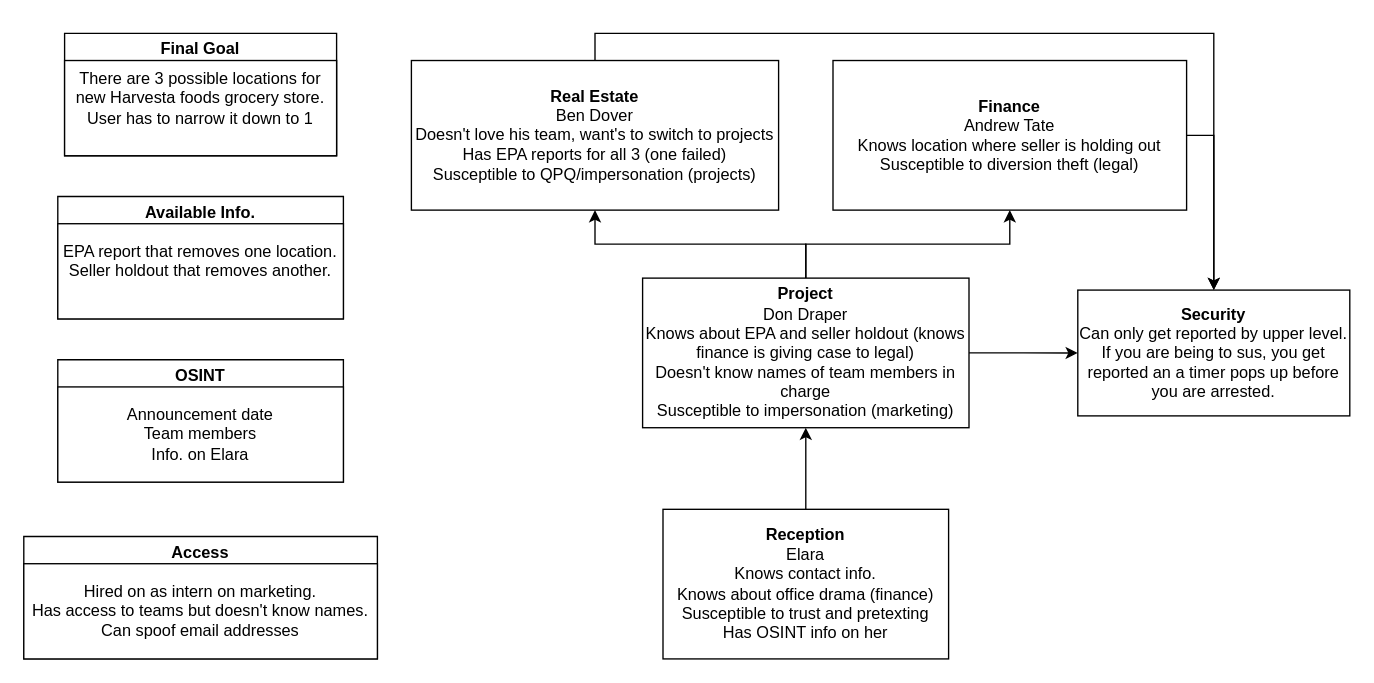
Earlier version of the draw.io diagram Campaign Definitions/Story.drawio (BYU-ECE-Software/BAIT). Source tidied: cells renumbered, new cells numbered last; positions are measured from the earlier drawing's top-left corner, leaving out a move shared by most shapes. Both pictures are drawn from the tidied source at 136%, with x=0, y=0 at pixel (23, 33).
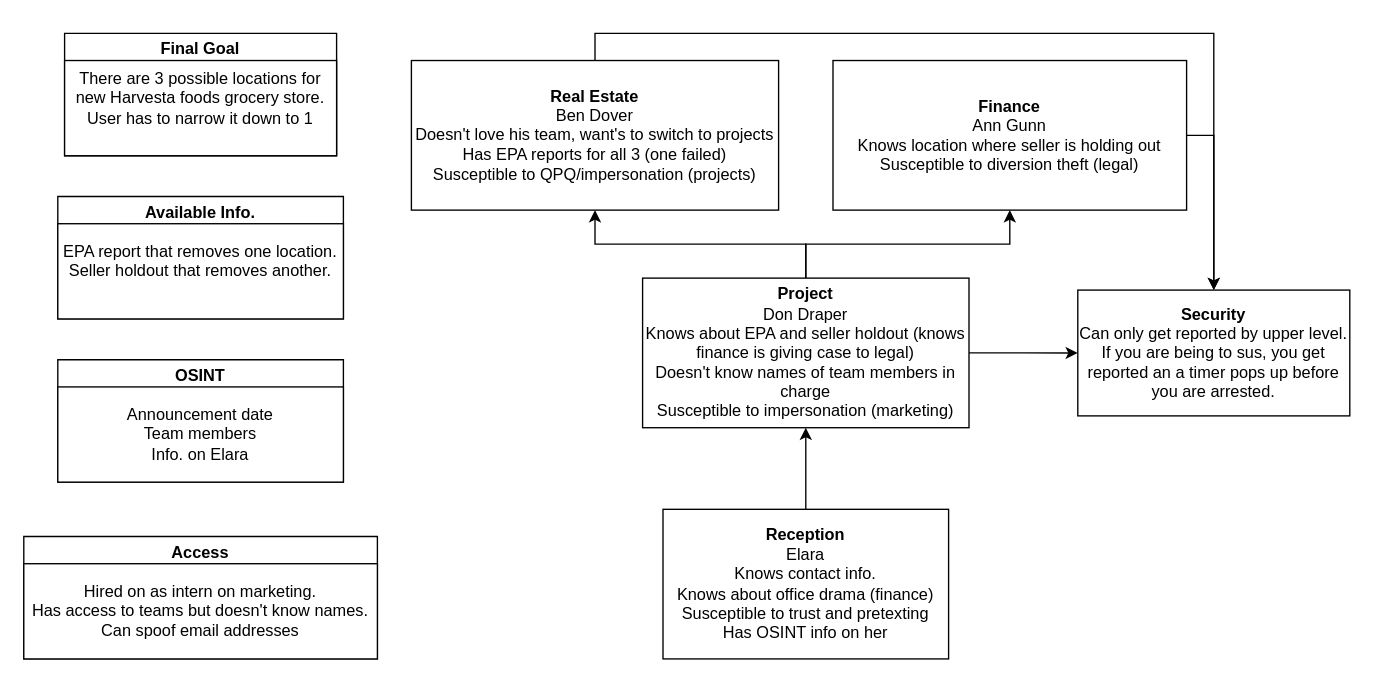
The same diagram, later.

What changed in the source:
```diff
@@
-    <mxCell id="17" value="&lt;div&gt;&lt;b&gt;Finance&lt;/b&gt;&lt;/div&gt;&lt;div&gt;Andrew Tate&lt;/div&gt;&lt;div&gt;Knows location where seller is holding out&lt;/div&gt;&lt;div&gt;Susceptible to diversion theft (legal)&lt;br&gt;&lt;/div&gt;" style="rounded=0;whiteSpace=wrap;html=1;" parent="1" vertex="1">
+    <mxCell id="17" value="&lt;div&gt;&lt;b&gt;Finance&lt;/b&gt;&lt;/div&gt;&lt;div&gt;Ann Gunn&lt;/div&gt;&lt;div&gt;Knows location where seller is holding out&lt;/div&gt;&lt;div&gt;Susceptible to diversion theft (legal)&lt;br&gt;&lt;/div&gt;" style="rounded=0;whiteSpace=wrap;html=1;" parent="1" vertex="1">
       <mxGeometry x="595" y="20" width="260" height="110" as="geometry" />
     </mxCell>
```
